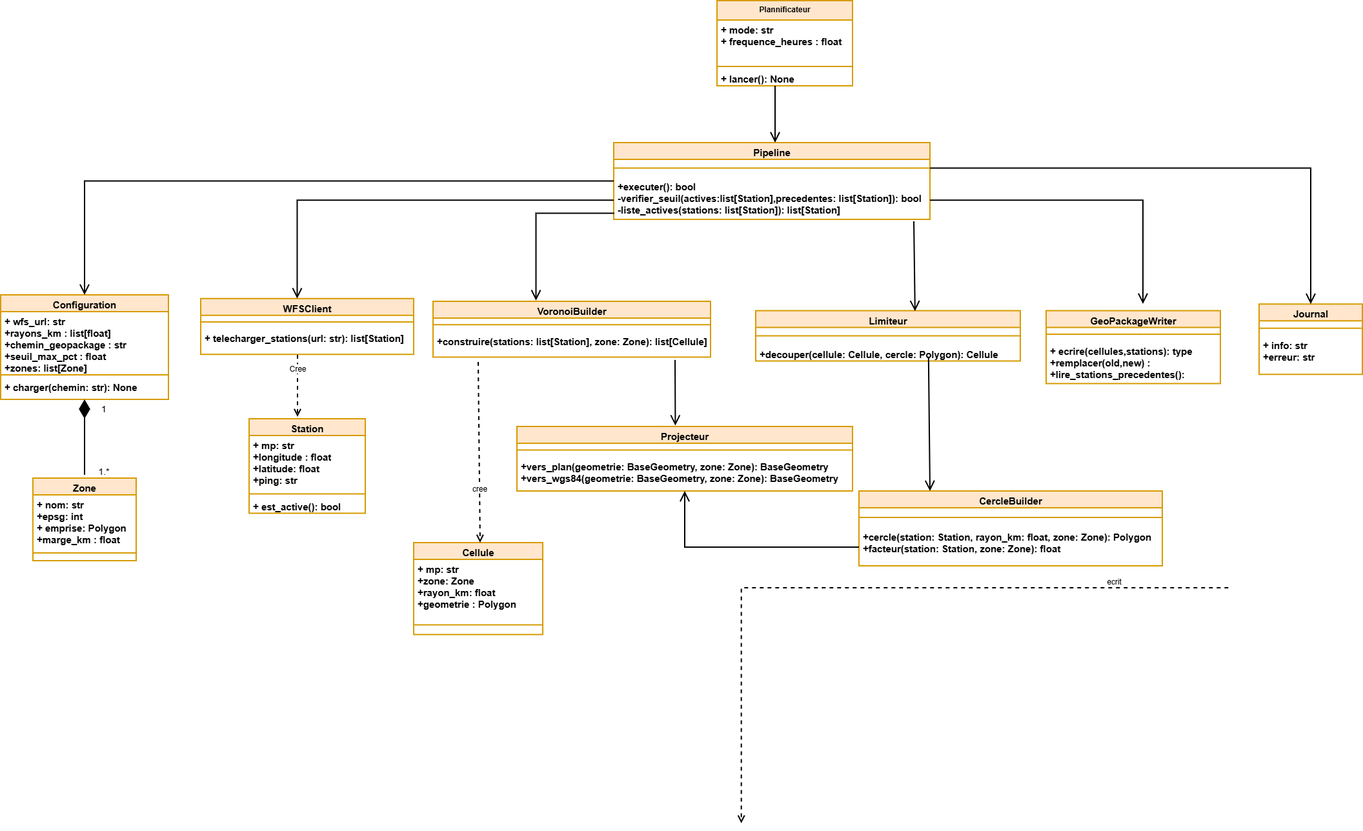
Before: Diagramme de classe.png, a diagram exported from draw.io (Akatebra/Projet_Info_Voronoi). Source tidied: cells renumbered, new cells last; positions are measured from the earlier drawing's top-left corner, leaving out a move shared by most shapes.
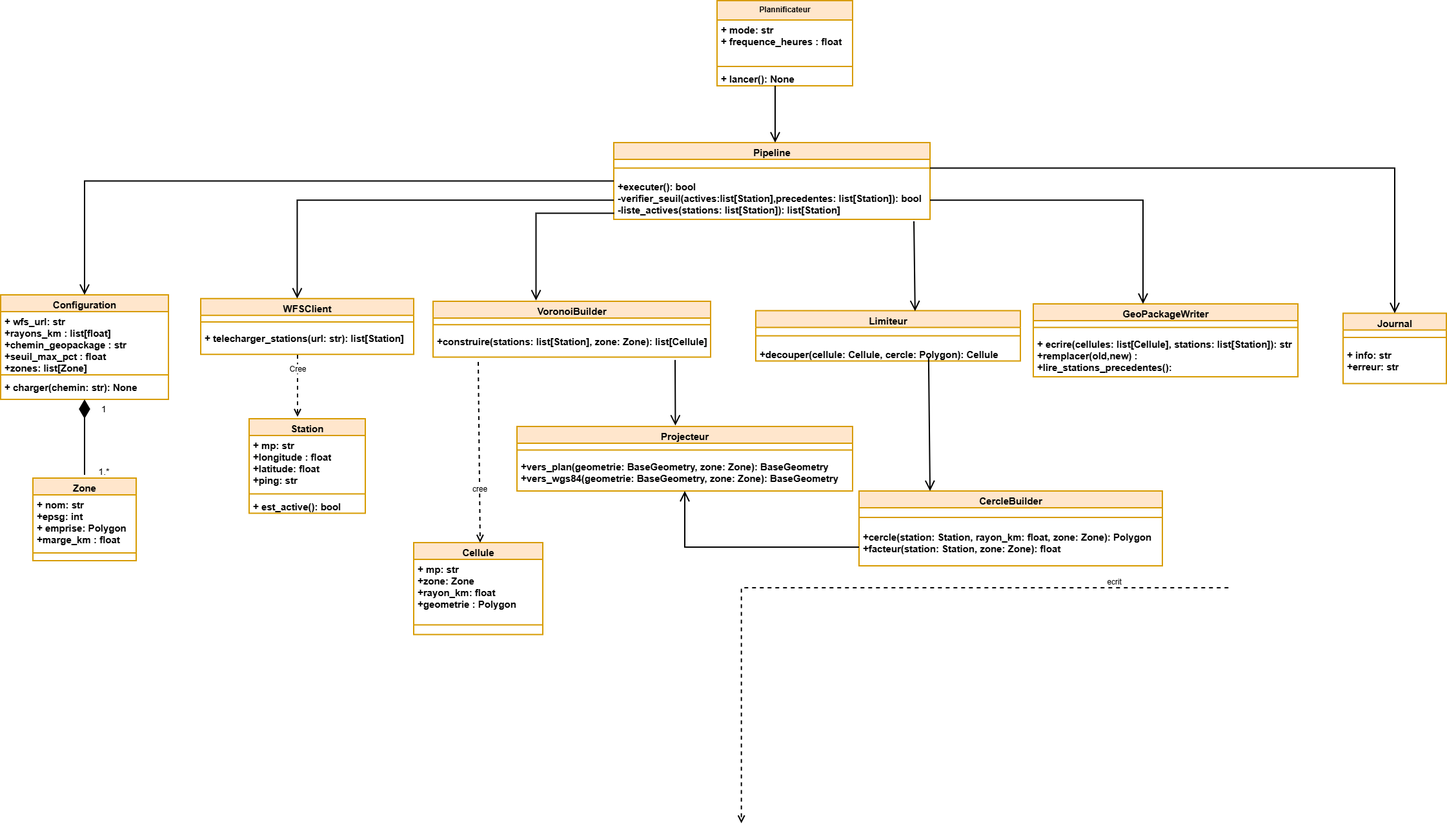
Later version of the same file.

Commit message:
Mettre à jour Diagramme de classe.png

Diff of the diagram source:
```diff
@@ -63,16 +63,16 @@
       <mxGeometry y="52" width="410" height="26" as="geometry" />
     </mxCell>
     <mxCell id="22" value="&lt;font style=&quot;font-size: 15px;&quot;&gt;GeoPackageWriter&lt;/font&gt;" style="swimlane;fontStyle=1;align=center;verticalAlign=top;horizontal=1;startSize=26;whiteSpace=wrap;html=1;strokeWidth=2;fillColor=#ffe6cc;strokeColor=#d79b00;" parent="1" vertex="1">
-      <mxGeometry x="1620" y="480.5" width="270" height="113" as="geometry" />
+      <mxGeometry x="1600" y="470" width="410" height="113" as="geometry" />
     </mxCell>
     <mxCell id="23" style="line;strokeWidth=2;fillColor=none;align=left;verticalAlign=middle;spacingTop=-1;spacingLeft=3;spacingRight=3;labelPosition=right;strokeColor=inherit;labelPerimeter=1;" parent="22" vertex="1">
-      <mxGeometry y="26" width="270" height="21" as="geometry" />
+      <mxGeometry y="26" width="410" height="21" as="geometry" />
     </mxCell>
-    <mxCell id="24" value="&lt;font style=&quot;font-size: 15px;&quot;&gt;&lt;b&gt;+ ecrire(cellules,stations): type&lt;/b&gt;&lt;/font&gt;&lt;div&gt;&lt;font style=&quot;font-size: 15px;&quot;&gt;&lt;b&gt;+remplacer(old,new) :&amp;nbsp;&lt;/b&gt;&lt;/font&gt;&lt;/div&gt;&lt;div&gt;&lt;font style=&quot;font-size: 15px;&quot;&gt;&lt;b&gt;+lire_stations_precedentes():&lt;/b&gt;&lt;/font&gt;&lt;/div&gt;" style="text;strokeColor=none;fillColor=none;align=left;verticalAlign=top;spacingLeft=4;spacingRight=4;overflow=hidden;whiteSpace=wrap;html=1;strokeWidth=2;" parent="22" vertex="1">
-      <mxGeometry y="47" width="270" height="66" as="geometry" />
+    <mxCell id="24" value="&lt;font style=&quot;font-size: 15px;&quot;&gt;&lt;b&gt;+&amp;nbsp;&lt;/b&gt;&lt;/font&gt;&lt;span style=&quot;font-size: 15px;&quot;&gt;&lt;b&gt;ecrire(cellules: list[Cellule], stations: list[Station]): str&lt;/b&gt;&lt;/span&gt;&lt;div&gt;&lt;font style=&quot;font-size: 15px;&quot;&gt;&lt;b&gt;+remplacer(old,new) :&amp;nbsp;&lt;/b&gt;&lt;/font&gt;&lt;/div&gt;&lt;div&gt;&lt;font style=&quot;font-size: 15px;&quot;&gt;&lt;b&gt;+lire_stations_precedentes():&lt;/b&gt;&lt;/font&gt;&lt;/div&gt;" style="text;strokeColor=none;fillColor=none;align=left;verticalAlign=top;spacingLeft=4;spacingRight=4;overflow=hidden;whiteSpace=wrap;html=1;strokeWidth=2;" parent="22" vertex="1">
+      <mxGeometry y="47" width="410" height="66" as="geometry" />
     </mxCell>
     <mxCell id="25" value="&lt;font style=&quot;font-size: 15px;&quot;&gt;Journal&lt;/font&gt;" style="swimlane;fontStyle=1;align=center;verticalAlign=top;horizontal=1;startSize=26;whiteSpace=wrap;html=1;strokeWidth=2;fillColor=#ffe6cc;strokeColor=#d79b00;" parent="1" vertex="1">
-      <mxGeometry x="1950" y="470.2" width="160" height="109" as="geometry" />
+      <mxGeometry x="2080" y="484.5" width="160" height="109" as="geometry" />
     </mxCell>
     <mxCell id="26" style="line;strokeWidth=2;fillColor=none;align=left;verticalAlign=middle;spacingTop=-1;spacingLeft=3;spacingRight=3;labelPosition=right;strokeColor=inherit;labelPerimeter=1;" parent="25" vertex="1">
       <mxGeometry y="26" width="160" height="23" as="geometry" />
@@ -105,7 +105,7 @@
       <mxGeometry x="0.54" relative="1" as="geometry" />
     </mxCell>
     <mxCell id="35" style="endArrow=open;endFill=0;endSize=12;html=1;rounded=0;defaultLabelBackgroundColor=page;labelPadding=0 4;edgeStyle=orthogonalEdgeStyle;strokeWidth=2;exitX=1;exitY=0.75;exitDx=0;exitDy=0;" parent="1" edge="1" source="2">
-      <mxGeometry x="0.86" relative="1" as="geometry">
+      <mxGeometry x="0.87" relative="1" as="geometry">
         <mxPoint x="1770" y="470" as="targetPoint" />
       </mxGeometry>
     </mxCell>
```
